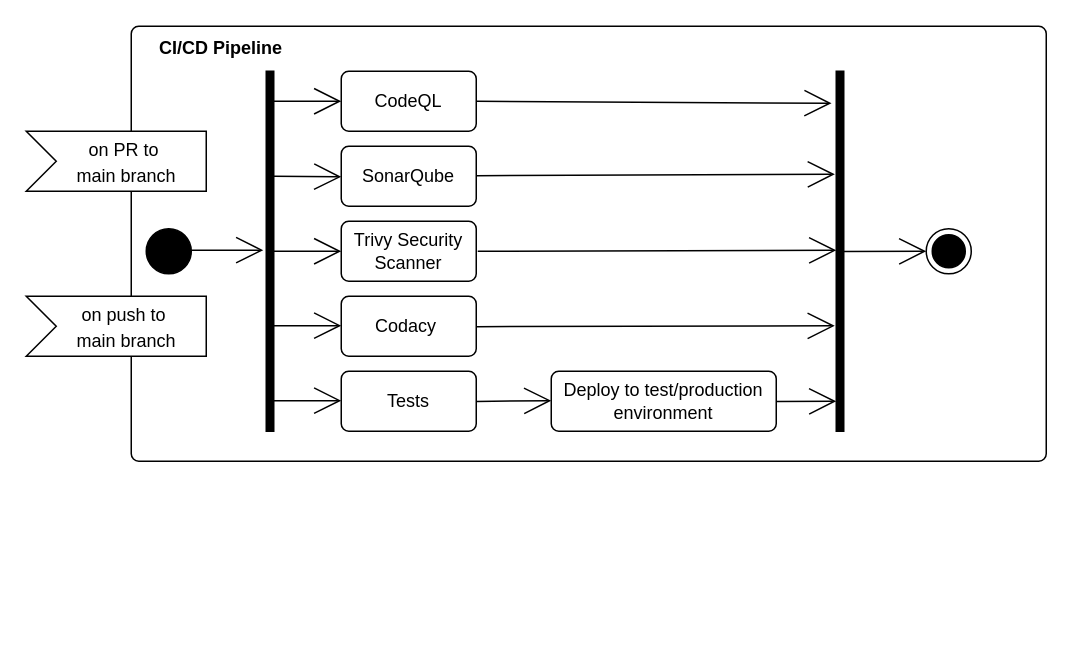
ITU-DevOps2026/ITU-minitwit keeps this draw.io diagram as report/diagrams/overall_cicd_pipeline.drawio. Above is the earlier version. Source tidied: cells renumbered, new cells numbered last; positions are measured from the earlier drawing's top-left corner, leaving out a move shared by most shapes. Both pictures are drawn from the tidied source at 150%, with x=0, y=0 at pixel (26, 26).
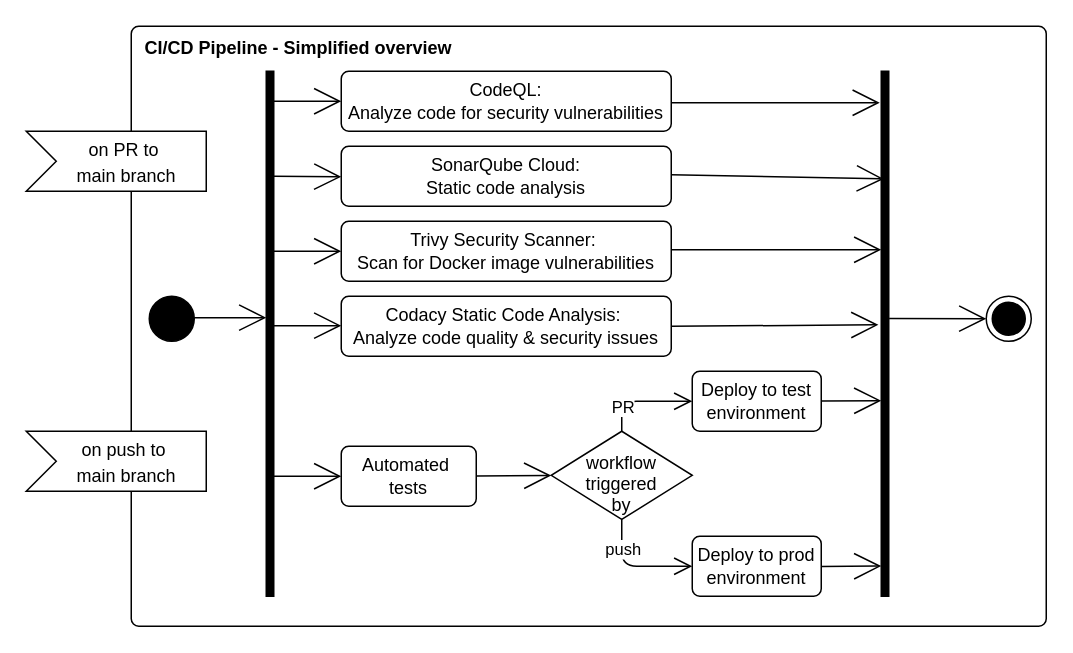
The same page after the edit.

Commit message (it also covers changes not shown here):
make section shorter, put more info in the diagram instead

Change to the diagram source:
```diff
@@
     <mxCell id="2" style="html=1;align=center;verticalAlign=top;rounded=1;absoluteArcSize=1;arcSize=10;dashed=0;whiteSpace=wrap;" parent="1" vertex="1">
-      <mxGeometry x="70" width="610" height="290" as="geometry" />
+      <mxGeometry x="70" width="610" height="400" as="geometry" />
     </mxCell>
     <mxCell id="3" style="ellipse;html=1;shape=endState;fillColor=strokeColor;" parent="1" vertex="1">
-      <mxGeometry x="600" y="135" width="30" height="30" as="geometry" />
+      <mxGeometry x="640" y="180" width="30" height="30" as="geometry" />
     </mxCell>
     <mxCell id="4" style="ellipse;fillColor=strokeColor;html=1;" parent="1" vertex="1">
-      <mxGeometry x="80" y="135" width="30" height="30" as="geometry" />
+      <mxGeometry x="82" y="180" width="30" height="30" as="geometry" />
     </mxCell>
     <mxCell id="5" style="html=1;perimeter=orthogonalPerimeter;fillColor=strokeColor;" parent="1" vertex="1">
-      <mxGeometry x="160" y="30" width="5" height="240" as="geometry" />
+      <mxGeometry x="160" y="30" width="5" height="350" as="geometry" />
     </mxCell>
-    <mxCell id="6" value="CodeQL" style="html=1;align=center;verticalAlign=middle;rounded=1;absoluteArcSize=1;arcSize=10;dashed=0;whiteSpace=wrap;" parent="1" vertex="1">
-      <mxGeometry x="210" y="30" width="90" height="40" as="geometry" />
+    <mxCell id="6" value="CodeQL:&lt;div&gt;&lt;span style=&quot;background-color: transparent;&quot;&gt;&lt;font color=&quot;#000000&quot;&gt;Analyz&lt;/font&gt;&lt;font style=&quot;color: rgb(0, 0, 0);&quot;&gt;e code&lt;/font&gt;&lt;/span&gt;&lt;span style=&quot;background-color: transparent; color: rgb(63, 63, 63);&quot;&gt;&lt;font style=&quot;color: rgb(0, 0, 0);&quot;&gt;&amp;nbsp;for security vulnerabilities&lt;/font&gt;&lt;/span&gt;&lt;/div&gt;" style="html=1;align=center;verticalAlign=middle;rounded=1;absoluteArcSize=1;arcSize=10;dashed=0;whiteSpace=wrap;" parent="1" vertex="1">
+      <mxGeometry x="210" y="30" width="220" height="40" as="geometry" />
     </mxCell>
     <mxCell id="7" style="edgeStyle=none;html=1;exitX=1;exitY=0.5;exitDx=0;exitDy=0;endArrow=open;endFill=0;strokeWidth=1;startSize=6;endSize=16;" parent="1" edge="1">
       <mxGeometry relative="1" as="geometry">
-        <mxPoint x="110" y="149.3" as="sourcePoint" />
-        <mxPoint x="158" y="149.3" as="targetPoint" />
+        <mxPoint x="112" y="194.3" as="sourcePoint" />
+        <mxPoint x="160" y="194.3" as="targetPoint" />
       </mxGeometry>
     </mxCell>
-    <mxCell id="8" value="SonarQube" style="html=1;align=center;verticalAlign=middle;rounded=1;absoluteArcSize=1;arcSize=10;dashed=0;whiteSpace=wrap;" parent="1" vertex="1">
-      <mxGeometry x="210" y="80" width="90" height="40" as="geometry" />
+    <mxCell id="8" value="SonarQube Cloud:&lt;div&gt;&lt;font style=&quot;color: rgb(0, 0, 0);&quot;&gt;Static code analysis&lt;/font&gt;&lt;/div&gt;" style="html=1;align=center;verticalAlign=middle;rounded=1;absoluteArcSize=1;arcSize=10;dashed=0;whiteSpace=wrap;" parent="1" vertex="1">
+      <mxGeometry x="210" y="80" width="220" height="40" as="geometry" />
     </mxCell>
-    <mxCell id="9" value="Trivy Security Scanner" style="html=1;align=center;verticalAlign=middle;rounded=1;absoluteArcSize=1;arcSize=10;dashed=0;whiteSpace=wrap;" parent="1" vertex="1">
-      <mxGeometry x="210" y="130" width="90" height="40" as="geometry" />
+    <mxCell id="9" value="&lt;font style=&quot;color: rgb(0, 0, 0);&quot;&gt;Trivy Security Scanner:&amp;nbsp;&lt;/font&gt;&lt;div&gt;&lt;font style=&quot;color: rgb(0, 0, 0);&quot;&gt;Scan for Docker image vulnerabilities&lt;/font&gt;&lt;/div&gt;" style="html=1;align=center;verticalAlign=middle;rounded=1;absoluteArcSize=1;arcSize=10;dashed=0;whiteSpace=wrap;" parent="1" vertex="1">
+      <mxGeometry x="210" y="130" width="220" height="40" as="geometry" />
     </mxCell>
@@
-    <mxCell id="11" value="Deploy to test/production environment" style="html=1;align=center;verticalAlign=middle;rounded=1;absoluteArcSize=1;arcSize=10;dashed=0;whiteSpace=wrap;" parent="1" vertex="1">
-      <mxGeometry x="350" y="230" width="150" height="40" as="geometry" />
+    <mxCell id="11" value="Deploy to test environment" style="html=1;align=center;verticalAlign=middle;rounded=1;absoluteArcSize=1;arcSize=10;dashed=0;whiteSpace=wrap;" parent="1" vertex="1">
+      <mxGeometry x="444" y="230" width="86" height="40" as="geometry" />
     </mxCell>
@@
-    <mxCell id="13" style="edgeStyle=none;html=1;endArrow=open;endFill=0;strokeWidth=1;startSize=6;endSize=16;exitX=0.648;exitY=0.501;exitDx=0;exitDy=0;exitPerimeter=0;" parent="1" edge="1" source="25">
-      <mxGeometry relative="1" as="geometry">
-        <mxPoint x="600" y="150" as="targetPoint" />
-      </mxGeometry>
+    <mxCell id="13" style="edgeStyle=none;html=1;endArrow=open;endFill=0;strokeWidth=1;startSize=6;endSize=16;exitX=1.047;exitY=0.471;exitDx=0;exitDy=0;exitPerimeter=0;entryX=0;entryY=0.5;entryDx=0;entryDy=0;" parent="1" edge="1" source="25" target="3">
+      <mxGeometry relative="1" as="geometry" />
     </mxCell>
@@
     <mxCell id="15" style="edgeStyle=none;html=1;exitX=1;exitY=0.5;exitDx=0;exitDy=0;endArrow=open;endFill=0;strokeWidth=1;startSize=6;endSize=16;" parent="1" edge="1">
       <mxGeometry relative="1" as="geometry">
-        <mxPoint x="300" y="250.1" as="sourcePoint" />
-        <mxPoint x="350" y="249.6" as="targetPoint" />
+        <mxPoint x="300" y="299.9" as="sourcePoint" />
+        <mxPoint x="350" y="299.5" as="targetPoint" />
       </mxGeometry>
     </mxCell>
-    <mxCell id="16" style="edgeStyle=none;html=1;endArrow=open;endFill=0;strokeWidth=1;startSize=6;endSize=16;entryX=-0.63;entryY=0.089;entryDx=0;entryDy=0;entryPerimeter=0;" parent="1" edge="1" target="25">
+    <mxCell id="16" style="edgeStyle=none;html=1;endArrow=open;endFill=0;strokeWidth=1;startSize=6;endSize=16;entryX=-0.2;entryY=0.06;entryDx=0;entryDy=0;entryPerimeter=0;" parent="1" edge="1" target="25">
       <mxGeometry relative="1" as="geometry">
-        <mxPoint x="300" y="50" as="sourcePoint" />
+        <mxPoint x="430" y="51" as="sourcePoint" />
       </mxGeometry>
     </mxCell>
-    <mxCell id="17" style="edgeStyle=none;html=1;endArrow=open;endFill=0;strokeWidth=1;startSize=6;endSize=16;entryX=-0.185;entryY=0.286;entryDx=0;entryDy=0;entryPerimeter=0;" parent="1" edge="1" target="25">
+    <mxCell id="17" style="edgeStyle=none;html=1;endArrow=open;endFill=0;strokeWidth=1;startSize=6;endSize=16;entryX=0.345;entryY=0.205;entryDx=0;entryDy=0;entryPerimeter=0;" parent="1" edge="1" target="25">
       <mxGeometry relative="1" as="geometry">
-        <mxPoint x="300" y="99.6" as="sourcePoint" />
+        <mxPoint x="430" y="99" as="sourcePoint" />
       </mxGeometry>
     </mxCell>
-    <mxCell id="18" value="&lt;font&gt;&lt;font style=&quot;&quot;&gt;&lt;font&gt;&lt;font style=&quot;color: rgb(0, 0, 0);&quot;&gt;CI/CD Pipeline &lt;/font&gt;&lt;font style=&quot;color: rgb(0, 0, 0);&quot;&gt;&amp;nbsp;&amp;nbsp;&lt;/font&gt;&lt;/font&gt;&lt;/font&gt;&lt;/font&gt;" style="text;strokeColor=none;align=center;fillColor=none;html=1;verticalAlign=middle;whiteSpace=wrap;rounded=0;fontStyle=1;" parent="1" vertex="1">
-      <mxGeometry x="70" width="130" height="30" as="geometry" />
+    <mxCell id="18" value="&lt;font&gt;&lt;font style=&quot;&quot;&gt;&lt;font&gt;&lt;font style=&quot;color: rgb(0, 0, 0);&quot;&gt;CI/CD Pipeline - Simplified overview&amp;nbsp;&lt;/font&gt;&lt;font style=&quot;color: rgb(0, 0, 0);&quot;&gt;&amp;nbsp;&lt;/font&gt;&lt;/font&gt;&lt;/font&gt;&lt;/font&gt;" style="text;strokeColor=none;align=center;fillColor=none;html=1;verticalAlign=middle;whiteSpace=wrap;rounded=0;fontStyle=1;" parent="1" vertex="1">
+      <mxGeometry x="70" width="230" height="30" as="geometry" />
     </mxCell>
@@
     <mxCell id="20" value="&lt;font style=&quot;font-size: 12px;&quot;&gt;on push to&amp;nbsp;&lt;/font&gt;&lt;div&gt;&lt;font style=&quot;font-size: 12px;&quot;&gt;main branch&lt;/font&gt;&lt;/div&gt;" style="html=1;shape=mxgraph.infographic.ribbonSimple;notch1=20;notch2=0;align=center;verticalAlign=middle;fontSize=14;fontStyle=0;fillColor=#FFFFFF;flipH=0;spacingRight=0;spacingLeft=14;whiteSpace=wrap;" parent="1" vertex="1">
-      <mxGeometry y="180" width="120" height="40" as="geometry" />
+      <mxGeometry y="270" width="120" height="40" as="geometry" />
     </mxCell>
-    <mxCell id="21" value="Codacy&amp;nbsp;" style="html=1;align=center;verticalAlign=middle;rounded=1;absoluteArcSize=1;arcSize=10;dashed=0;whiteSpace=wrap;" parent="1" vertex="1">
-      <mxGeometry x="210" y="180" width="90" height="40" as="geometry" />
+    <mxCell id="21" value="&lt;font style=&quot;color: rgb(0, 0, 0);&quot;&gt;Codacy Static Code Analysis:&amp;nbsp;&lt;/font&gt;&lt;div&gt;&lt;font style=&quot;color: rgb(0, 0, 0);&quot;&gt;Analyze code quality &amp;amp; security issues&lt;/font&gt;&lt;/div&gt;" style="html=1;align=center;verticalAlign=middle;rounded=1;absoluteArcSize=1;arcSize=10;dashed=0;whiteSpace=wrap;" parent="1" vertex="1">
+      <mxGeometry x="210" y="180" width="220" height="40" as="geometry" />
     </mxCell>
@@
-    <mxCell id="23" value="Tests" style="html=1;align=center;verticalAlign=middle;rounded=1;absoluteArcSize=1;arcSize=10;dashed=0;whiteSpace=wrap;" parent="1" vertex="1">
-      <mxGeometry x="210" y="230" width="90" height="40" as="geometry" />
+    <mxCell id="23" value="Automated&amp;nbsp;&lt;div&gt;tests&lt;/div&gt;" style="html=1;align=center;verticalAlign=middle;rounded=1;absoluteArcSize=1;arcSize=10;dashed=0;whiteSpace=wrap;" parent="1" vertex="1">
+      <mxGeometry x="210" y="280" width="90" height="40" as="geometry" />
     </mxCell>
     <mxCell id="24" style="edgeStyle=none;html=1;exitX=1;exitY=0.5;exitDx=0;exitDy=0;endArrow=open;endFill=0;strokeWidth=1;startSize=6;endSize=16;" parent="1" edge="1">
       <mxGeometry relative="1" as="geometry">
-        <mxPoint x="165" y="249.6" as="sourcePoint" />
-        <mxPoint x="210" y="249.6" as="targetPoint" />
+        <mxPoint x="165" y="300" as="sourcePoint" />
+        <mxPoint x="210" y="300" as="targetPoint" />
       </mxGeometry>
     </mxCell>
     <mxCell id="25" style="html=1;points=[];perimeter=orthogonalPerimeter;fillColor=strokeColor;" parent="1" vertex="1">
-      <mxGeometry x="540" y="30" width="5" height="240" as="geometry" />
+      <mxGeometry x="570" y="30" width="5" height="350" as="geometry" />
     </mxCell>
-    <mxCell id="26" style="edgeStyle=none;html=1;endArrow=open;endFill=0;strokeWidth=1;startSize=6;endSize=16;entryX=-0.185;entryY=0.286;entryDx=0;entryDy=0;entryPerimeter=0;" parent="1" edge="1">
+    <mxCell id="26" style="edgeStyle=none;html=1;endArrow=open;endFill=0;strokeWidth=1;startSize=6;endSize=16;" parent="1" edge="1">
       <mxGeometry relative="1" as="geometry">
-        <mxPoint x="301" y="150" as="sourcePoint" />
-        <mxPoint x="540" y="149.4" as="targetPoint" />
+        <mxPoint x="430" y="149" as="sourcePoint" />
+        <mxPoint x="570" y="149" as="targetPoint" />
       </mxGeometry>
     </mxCell>
-    <mxCell id="27" style="edgeStyle=none;html=1;endArrow=open;endFill=0;strokeWidth=1;startSize=6;endSize=16;entryX=-0.185;entryY=0.286;entryDx=0;entryDy=0;entryPerimeter=0;" parent="1" edge="1">
+    <mxCell id="27" style="edgeStyle=none;html=1;endArrow=open;endFill=0;strokeWidth=1;startSize=6;endSize=16;entryX=-0.382;entryY=0.483;entryDx=0;entryDy=0;entryPerimeter=0;" parent="1" edge="1" target="25">
       <mxGeometry relative="1" as="geometry">
-        <mxPoint x="300" y="200.3" as="sourcePoint" />
-        <mxPoint x="539" y="199.7" as="targetPoint" />
+        <mxPoint x="430" y="200" as="sourcePoint" />
       </mxGeometry>
     </mxCell>
     <mxCell id="28" style="edgeStyle=none;html=1;exitX=1;exitY=0.5;exitDx=0;exitDy=0;endArrow=open;endFill=0;strokeWidth=1;startSize=6;endSize=16;" parent="1" edge="1">
       <mxGeometry relative="1" as="geometry">
-        <mxPoint x="500" y="250.2" as="sourcePoint" />
-        <mxPoint x="540" y="250" as="targetPoint" />
+        <mxPoint x="530" y="249.8" as="sourcePoint" />
+        <mxPoint x="570" y="249.6" as="targetPoint" />
       </mxGeometry>
     </mxCell>
+    <mxCell id="29" style="edgeStyle=orthogonalEdgeStyle;html=1;endArrow=open;endFill=0;endSize=10;entryX=0;entryY=0.5;entryDx=0;entryDy=0;" parent="1" edge="1" source="31" target="11">
+      <mxGeometry relative="1" as="geometry">
+        <Array as="points">
+          <mxPoint x="397" y="250" />
+        </Array>
+      </mxGeometry>
+    </mxCell>
+    <mxCell id="30" value="PR" style="edgeLabel;html=1;align=center;verticalAlign=middle;" parent="29" vertex="1">
+      <mxGeometry x="-0.49" relative="1" as="geometry" />
+    </mxCell>
+    <mxCell id="31" value="workflow &#10;triggered &#10;by" style="rhombus;verticalAlign=bottom;" parent="1" vertex="1">
+      <mxGeometry x="350" y="270" width="94" height="58.8" as="geometry" />
+    </mxCell>
+    <mxCell id="32" style="edgeStyle=orthogonalEdgeStyle;html=1;exitX=0.5;exitY=1;exitDx=0;exitDy=0;endArrow=open;endFill=0;endSize=10;entryX=0;entryY=0.5;entryDx=0;entryDy=0;" parent="1" edge="1" source="31" target="35">
+      <mxGeometry relative="1" as="geometry">
+        <Array as="points">
+          <mxPoint x="397" y="360" />
+        </Array>
+      </mxGeometry>
+    </mxCell>
+    <mxCell id="33" value="push" style="edgeLabel;html=1;align=center;verticalAlign=middle;" parent="32" vertex="1">
+      <mxGeometry x="-0.49" relative="1" as="geometry" />
+    </mxCell>
+    <mxCell id="34" style="edgeStyle=none;html=1;exitX=1;exitY=0.5;exitDx=0;exitDy=0;endArrow=open;endFill=0;strokeWidth=1;startSize=6;endSize=16;" parent="1" edge="1">
+      <mxGeometry relative="1" as="geometry">
+        <mxPoint x="530" y="360.1" as="sourcePoint" />
+        <mxPoint x="570" y="359.9" as="targetPoint" />
+      </mxGeometry>
+    </mxCell>
+    <mxCell id="35" value="Deploy to prod environment" style="html=1;align=center;verticalAlign=middle;rounded=1;absoluteArcSize=1;arcSize=10;dashed=0;whiteSpace=wrap;" parent="1" vertex="1">
+      <mxGeometry x="444" y="340" width="86" height="40" as="geometry" />
+    </mxCell>
```
